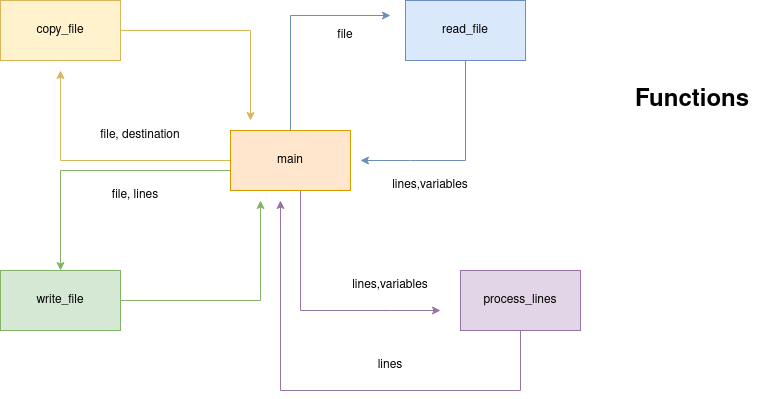
This is docs/functions.png from M-Enes/deconst-py, a draw.io export, as it was before one commit. Source tidied: cells renumbered, new cells last; positions are measured from the earlier drawing's top-left corner, leaving out a move shared by most shapes. The source it was exported from:
```xml
<mxGraphModel>
  <root>
    <mxCell id="0" />
    <mxCell id="1" parent="0" />
    <mxCell id="2" style="edgeStyle=orthogonalEdgeStyle;rounded=0;jettySize=auto;html=1;fillColor=#fff2cc;strokeColor=#d6b656;" parent="1" edge="1" source="6">
      <mxGeometry relative="1" as="geometry">
        <mxPoint x="60" y="70" as="targetPoint" />
      </mxGeometry>
    </mxCell>
    <mxCell id="3" style="edgeStyle=orthogonalEdgeStyle;rounded=0;jettySize=auto;html=1;fillColor=#dae8fc;strokeColor=#6c8ebf;" parent="1" edge="1" source="6">
      <mxGeometry relative="1" as="geometry">
        <mxPoint x="390" y="15" as="targetPoint" />
        <Array as="points">
          <mxPoint x="290" y="15" />
        </Array>
      </mxGeometry>
    </mxCell>
    <mxCell id="4" style="edgeStyle=orthogonalEdgeStyle;rounded=0;jettySize=auto;html=1;fillColor=#e1d5e7;strokeColor=#9673a6;" parent="1" edge="1" source="6">
      <mxGeometry relative="1" as="geometry">
        <mxPoint x="440" y="310" as="targetPoint" />
        <Array as="points">
          <mxPoint x="300" y="310" />
          <mxPoint x="390" y="310" />
        </Array>
      </mxGeometry>
    </mxCell>
    <mxCell id="5" style="edgeStyle=orthogonalEdgeStyle;rounded=0;jettySize=auto;html=1;entryX=0.5;entryY=0;entryDx=0;entryDy=0;fillColor=#d5e8d4;strokeColor=#82b366;" parent="1" edge="1" source="6" target="14">
      <mxGeometry relative="1" as="geometry">
        <Array as="points">
          <mxPoint x="60" y="170" />
        </Array>
      </mxGeometry>
    </mxCell>
    <mxCell id="6" value="main" style="rounded=0;whiteSpace=wrap;html=1;fillColor=#ffe6cc;strokeColor=#d79b00;" parent="1" vertex="1">
      <mxGeometry x="230" y="130" width="120" height="60" as="geometry" />
    </mxCell>
    <mxCell id="7" style="edgeStyle=orthogonalEdgeStyle;rounded=0;jettySize=auto;html=1;fillColor=#fff2cc;strokeColor=#d6b656;" parent="1" edge="1" source="8">
      <mxGeometry relative="1" as="geometry">
        <mxPoint x="250" y="120" as="targetPoint" />
      </mxGeometry>
    </mxCell>
    <mxCell id="8" value="copy_file" style="rounded=0;whiteSpace=wrap;html=1;fillColor=#fff2cc;strokeColor=#d6b656;" parent="1" vertex="1">
      <mxGeometry width="120" height="60" as="geometry" />
    </mxCell>
    <mxCell id="9" style="edgeStyle=orthogonalEdgeStyle;rounded=0;jettySize=auto;html=1;fillColor=#dae8fc;strokeColor=#6c8ebf;" parent="1" edge="1" source="11">
      <mxGeometry relative="1" as="geometry">
        <mxPoint x="360" y="160" as="targetPoint" />
        <Array as="points">
          <mxPoint x="465" y="160" />
          <mxPoint x="410" y="160" />
        </Array>
      </mxGeometry>
    </mxCell>
    <mxCell id="10" style="edgeStyle=orthogonalEdgeStyle;rounded=0;jettySize=auto;html=1;exitX=0.5;exitY=1;exitDx=0;exitDy=0;fillColor=#e1d5e7;strokeColor=#9673a6;" parent="1" edge="1" source="12">
      <mxGeometry relative="1" as="geometry">
        <mxPoint x="280" y="200" as="targetPoint" />
        <Array as="points">
          <mxPoint x="520" y="390" />
          <mxPoint x="280" y="390" />
          <mxPoint x="280" y="200" />
        </Array>
      </mxGeometry>
    </mxCell>
    <mxCell id="11" value="read_file" style="rounded=0;whiteSpace=wrap;html=1;fillColor=#dae8fc;strokeColor=#6c8ebf;" parent="1" vertex="1">
      <mxGeometry x="405" width="120" height="60" as="geometry" />
    </mxCell>
    <mxCell id="12" value="process_lines" style="rounded=0;whiteSpace=wrap;html=1;fillColor=#e1d5e7;strokeColor=#9673a6;" parent="1" vertex="1">
      <mxGeometry x="460" y="270" width="120" height="60" as="geometry" />
    </mxCell>
    <mxCell id="13" style="edgeStyle=orthogonalEdgeStyle;rounded=0;jettySize=auto;html=1;fillColor=#d5e8d4;strokeColor=#82b366;" parent="1" edge="1" source="14">
      <mxGeometry relative="1" as="geometry">
        <mxPoint x="260" y="200" as="targetPoint" />
      </mxGeometry>
    </mxCell>
    <mxCell id="14" value="write_file" style="rounded=0;whiteSpace=wrap;html=1;fillColor=#d5e8d4;strokeColor=#82b366;" parent="1" vertex="1">
      <mxGeometry y="270" width="120" height="60" as="geometry" />
    </mxCell>
    <mxCell id="15" value="&lt;h1&gt;Functions&lt;/h1&gt;&lt;div&gt;&lt;br&gt;&lt;/div&gt;" style="text;html=1;strokeColor=none;fillColor=none;spacing=5;spacingTop=-20;whiteSpace=wrap;overflow=hidden;rounded=0;" parent="1" vertex="1">
      <mxGeometry x="630" y="80" width="130" height="40" as="geometry" />
    </mxCell>
    <mxCell id="16" value="file, destination" style="text;html=1;strokeColor=none;fillColor=none;align=center;verticalAlign=middle;whiteSpace=wrap;rounded=0;rotation=0;" parent="1" vertex="1">
      <mxGeometry x="90" y="120" width="100" height="30" as="geometry" />
    </mxCell>
    <mxCell id="17" value="&lt;div&gt;file&lt;/div&gt;" style="text;html=1;strokeColor=none;fillColor=none;align=center;verticalAlign=middle;whiteSpace=wrap;rounded=0;" parent="1" vertex="1">
      <mxGeometry x="320" y="20" width="50" height="30" as="geometry" />
    </mxCell>
    <mxCell id="18" value="lines,variables" style="text;html=1;strokeColor=none;fillColor=none;align=center;verticalAlign=middle;whiteSpace=wrap;rounded=0;" parent="1" vertex="1">
      <mxGeometry x="370" y="170" width="120" height="30" as="geometry" />
    </mxCell>
    <mxCell id="19" value="lines,variables" style="text;html=1;strokeColor=none;fillColor=none;align=center;verticalAlign=middle;whiteSpace=wrap;rounded=0;" parent="1" vertex="1">
      <mxGeometry x="330" y="270" width="120" height="30" as="geometry" />
    </mxCell>
    <mxCell id="20" value="lines" style="text;html=1;strokeColor=none;fillColor=none;align=center;verticalAlign=middle;whiteSpace=wrap;rounded=0;" parent="1" vertex="1">
      <mxGeometry x="370" y="350" width="40" height="30" as="geometry" />
    </mxCell>
    <mxCell id="21" value="file, lines" style="text;html=1;strokeColor=none;fillColor=none;align=center;verticalAlign=middle;whiteSpace=wrap;rounded=0;" parent="1" vertex="1">
      <mxGeometry x="90" y="180" width="90" height="30" as="geometry" />
    </mxCell>
  </root>
</mxGraphModel>
```
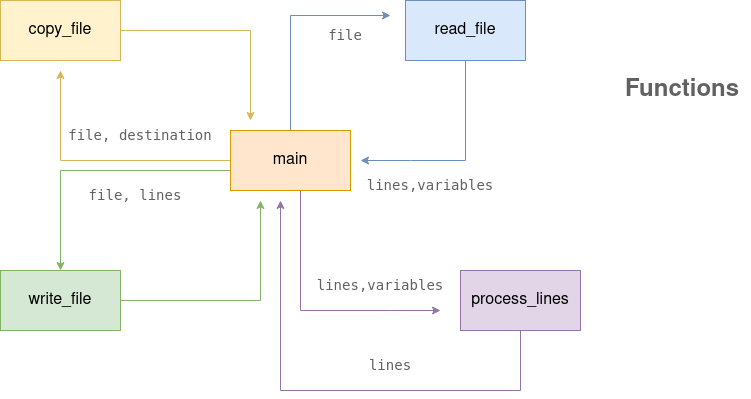
The same diagram one commit later.

The edit, as a diff of the source:
```diff
@@ -31,7 +31,7 @@
         </Array>
       </mxGeometry>
     </mxCell>
-    <mxCell id="6" value="main" style="rounded=0;whiteSpace=wrap;html=1;fillColor=#ffe6cc;strokeColor=#d79b00;" parent="1" vertex="1">
+    <mxCell id="6" value="&lt;font style=&quot;font-size: 16px&quot;&gt;main&lt;/font&gt;" style="rounded=0;whiteSpace=wrap;html=1;fillColor=#ffe6cc;strokeColor=#d79b00;" parent="1" vertex="1">
       <mxGeometry x="230" y="130" width="120" height="60" as="geometry" />
     </mxCell>
     <mxCell id="7" style="edgeStyle=orthogonalEdgeStyle;rounded=0;jettySize=auto;html=1;fillColor=#fff2cc;strokeColor=#d6b656;" parent="1" edge="1" source="8">
@@ -39,7 +39,7 @@
         <mxPoint x="250" y="120" as="targetPoint" />
       </mxGeometry>
     </mxCell>
-    <mxCell id="8" value="copy_file" style="rounded=0;whiteSpace=wrap;html=1;fillColor=#fff2cc;strokeColor=#d6b656;" parent="1" vertex="1">
+    <mxCell id="8" value="&lt;font style=&quot;font-size: 16px&quot;&gt;copy_file&lt;/font&gt;" style="rounded=0;whiteSpace=wrap;html=1;fillColor=#fff2cc;strokeColor=#d6b656;" parent="1" vertex="1">
       <mxGeometry width="120" height="60" as="geometry" />
     </mxCell>
     <mxCell id="9" style="edgeStyle=orthogonalEdgeStyle;rounded=0;jettySize=auto;html=1;fillColor=#dae8fc;strokeColor=#6c8ebf;" parent="1" edge="1" source="11">
@@ -61,10 +61,10 @@
         </Array>
       </mxGeometry>
     </mxCell>
-    <mxCell id="11" value="read_file" style="rounded=0;whiteSpace=wrap;html=1;fillColor=#dae8fc;strokeColor=#6c8ebf;" parent="1" vertex="1">
+    <mxCell id="11" value="&lt;font style=&quot;font-size: 16px&quot;&gt;read_file&lt;/font&gt;" style="rounded=0;whiteSpace=wrap;html=1;fillColor=#dae8fc;strokeColor=#6c8ebf;" parent="1" vertex="1">
       <mxGeometry x="405" width="120" height="60" as="geometry" />
     </mxCell>
-    <mxCell id="12" value="process_lines" style="rounded=0;whiteSpace=wrap;html=1;fillColor=#e1d5e7;strokeColor=#9673a6;" parent="1" vertex="1">
+    <mxCell id="12" value="&lt;font style=&quot;font-size: 16px&quot;&gt;process_lines&lt;/font&gt;" style="rounded=0;whiteSpace=wrap;html=1;fillColor=#e1d5e7;strokeColor=#9673a6;" parent="1" vertex="1">
       <mxGeometry x="460" y="270" width="120" height="60" as="geometry" />
     </mxCell>
     <mxCell id="13" style="edgeStyle=orthogonalEdgeStyle;rounded=0;jettySize=auto;html=1;fillColor=#d5e8d4;strokeColor=#82b366;" parent="1" edge="1" source="14">
@@ -72,29 +72,29 @@
         <mxPoint x="260" y="200" as="targetPoint" />
       </mxGeometry>
     </mxCell>
-    <mxCell id="14" value="write_file" style="rounded=0;whiteSpace=wrap;html=1;fillColor=#d5e8d4;strokeColor=#82b366;" parent="1" vertex="1">
+    <mxCell id="14" value="&lt;font style=&quot;font-size: 16px&quot;&gt;write_file&lt;/font&gt;" style="rounded=0;whiteSpace=wrap;html=1;fillColor=#d5e8d4;strokeColor=#82b366;" parent="1" vertex="1">
       <mxGeometry y="270" width="120" height="60" as="geometry" />
     </mxCell>
-    <mxCell id="15" value="&lt;h1&gt;Functions&lt;/h1&gt;&lt;div&gt;&lt;br&gt;&lt;/div&gt;" style="text;html=1;strokeColor=none;fillColor=none;spacing=5;spacingTop=-20;whiteSpace=wrap;overflow=hidden;rounded=0;" parent="1" vertex="1">
-      <mxGeometry x="630" y="80" width="130" height="40" as="geometry" />
-    </mxCell>
-    <mxCell id="16" value="file, destination" style="text;html=1;strokeColor=none;fillColor=none;align=center;verticalAlign=middle;whiteSpace=wrap;rounded=0;rotation=0;" parent="1" vertex="1">
+    <mxCell id="16" value="&lt;pre&gt;&lt;font style=&quot;font-size: 14px&quot;&gt;file, destination&lt;/font&gt;&lt;/pre&gt;" style="text;html=1;align=center;verticalAlign=middle;whiteSpace=wrap;rounded=0;rotation=0;fontColor=#616161;" parent="1" vertex="1">
       <mxGeometry x="90" y="120" width="100" height="30" as="geometry" />
     </mxCell>
-    <mxCell id="17" value="&lt;div&gt;file&lt;/div&gt;" style="text;html=1;strokeColor=none;fillColor=none;align=center;verticalAlign=middle;whiteSpace=wrap;rounded=0;" parent="1" vertex="1">
+    <mxCell id="17" value="&lt;div style=&quot;font-size: 14px&quot;&gt;&lt;pre&gt;&lt;font style=&quot;font-size: 14px&quot;&gt;file&lt;/font&gt;&lt;/pre&gt;&lt;/div&gt;" style="text;html=1;align=center;verticalAlign=middle;whiteSpace=wrap;rounded=0;fontColor=#616161;" parent="1" vertex="1">
       <mxGeometry x="320" y="20" width="50" height="30" as="geometry" />
     </mxCell>
-    <mxCell id="18" value="lines,variables" style="text;html=1;strokeColor=none;fillColor=none;align=center;verticalAlign=middle;whiteSpace=wrap;rounded=0;" parent="1" vertex="1">
+    <mxCell id="18" value="&lt;blockquote&gt;&lt;pre&gt;&lt;font style=&quot;font-size: 14px&quot;&gt;lines,variables&lt;/font&gt;&lt;/pre&gt;&lt;/blockquote&gt;" style="text;html=1;align=center;verticalAlign=middle;whiteSpace=wrap;rounded=0;fontColor=#616161;" parent="1" vertex="1">
       <mxGeometry x="370" y="170" width="120" height="30" as="geometry" />
     </mxCell>
-    <mxCell id="19" value="lines,variables" style="text;html=1;strokeColor=none;fillColor=none;align=center;verticalAlign=middle;whiteSpace=wrap;rounded=0;" parent="1" vertex="1">
-      <mxGeometry x="330" y="270" width="120" height="30" as="geometry" />
+    <mxCell id="19" value="&lt;pre&gt;&lt;font style=&quot;font-size: 14px&quot;&gt;lines,variables&lt;/font&gt;&lt;/pre&gt;" style="text;html=1;align=center;verticalAlign=middle;whiteSpace=wrap;rounded=0;fontColor=#616161;" parent="1" vertex="1">
+      <mxGeometry x="320" y="270" width="120" height="30" as="geometry" />
     </mxCell>
-    <mxCell id="20" value="lines" style="text;html=1;strokeColor=none;fillColor=none;align=center;verticalAlign=middle;whiteSpace=wrap;rounded=0;" parent="1" vertex="1">
+    <mxCell id="20" value="&lt;pre&gt;&lt;font style=&quot;font-size: 14px&quot;&gt;lines&lt;/font&gt;&lt;/pre&gt;" style="text;html=1;align=center;verticalAlign=middle;whiteSpace=wrap;rounded=0;fontColor=#616161;" parent="1" vertex="1">
       <mxGeometry x="370" y="350" width="40" height="30" as="geometry" />
     </mxCell>
-    <mxCell id="21" value="file, lines" style="text;html=1;strokeColor=none;fillColor=none;align=center;verticalAlign=middle;whiteSpace=wrap;rounded=0;" parent="1" vertex="1">
+    <mxCell id="21" value="&lt;pre&gt;&lt;font style=&quot;font-size: 14px&quot;&gt;file, lines&lt;/font&gt;&lt;/pre&gt;" style="text;html=1;align=center;verticalAlign=middle;whiteSpace=wrap;rounded=0;fontColor=#616161;" parent="1" vertex="1">
       <mxGeometry x="90" y="180" width="90" height="30" as="geometry" />
     </mxCell>
+    <mxCell id="15" value="&lt;h1&gt;Functions&lt;/h1&gt;" style="text;html=1;strokeColor=none;fillColor=none;spacing=5;spacingTop=-20;whiteSpace=wrap;overflow=hidden;rounded=0;fontColor=#616161;" parent="1" vertex="1">
+      <mxGeometry x="620" y="70" width="130" height="40" as="geometry" />
+    </mxCell>
   </root>
 </mxGraphModel>
```
